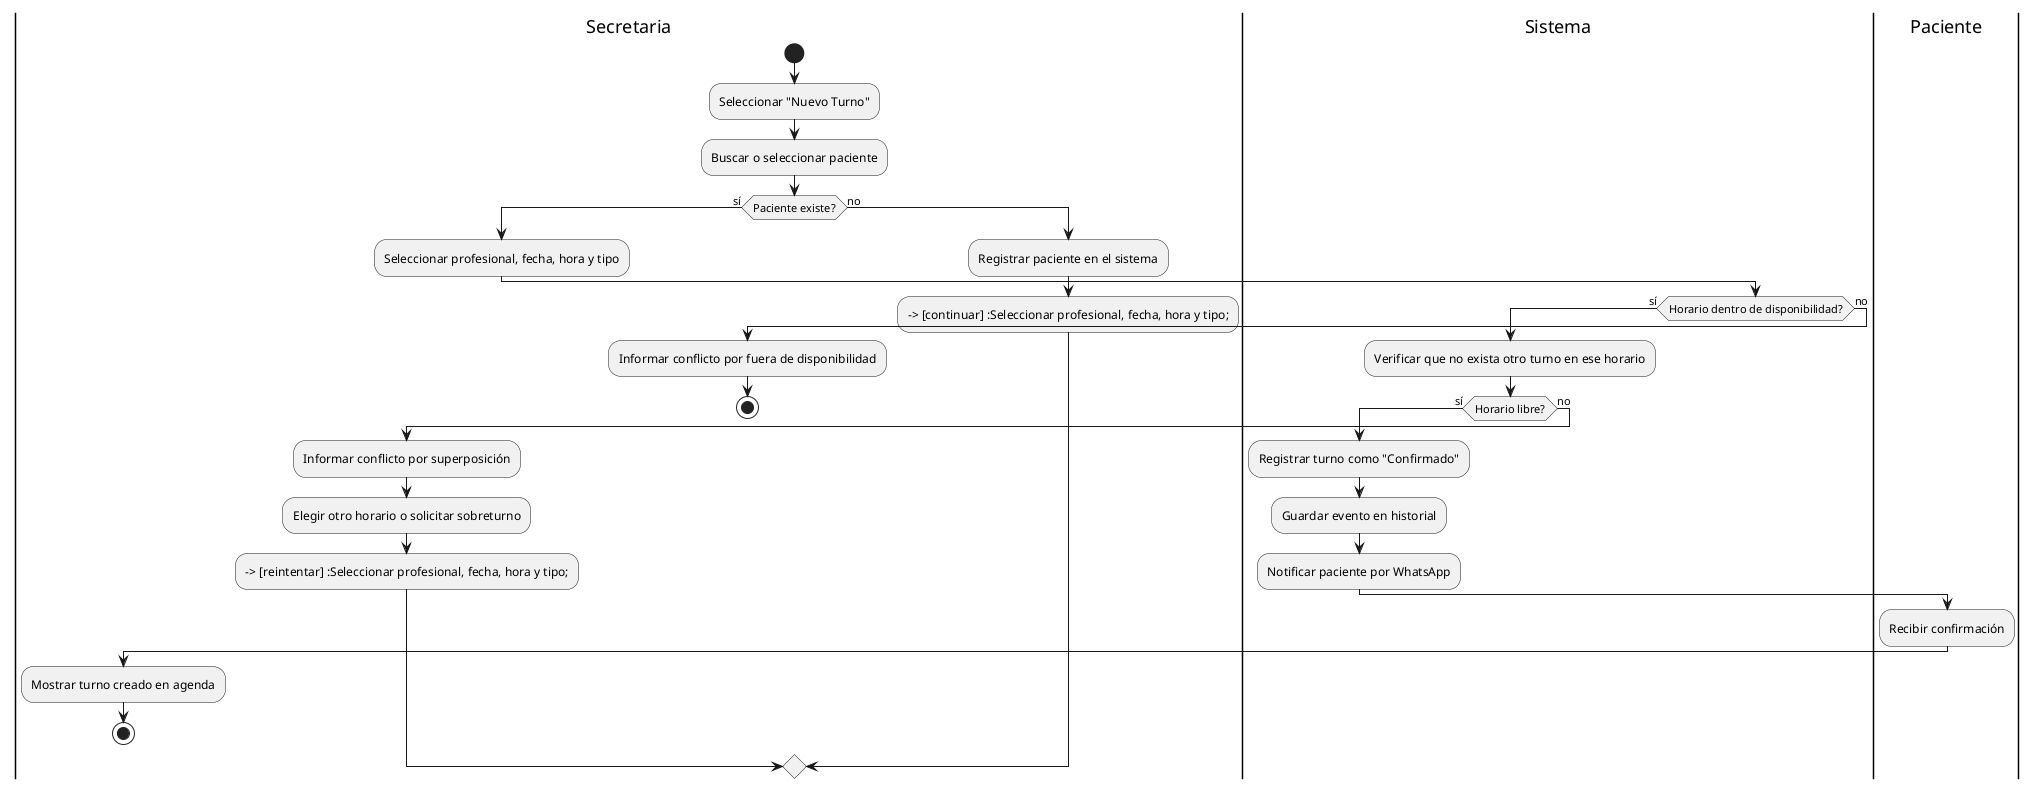
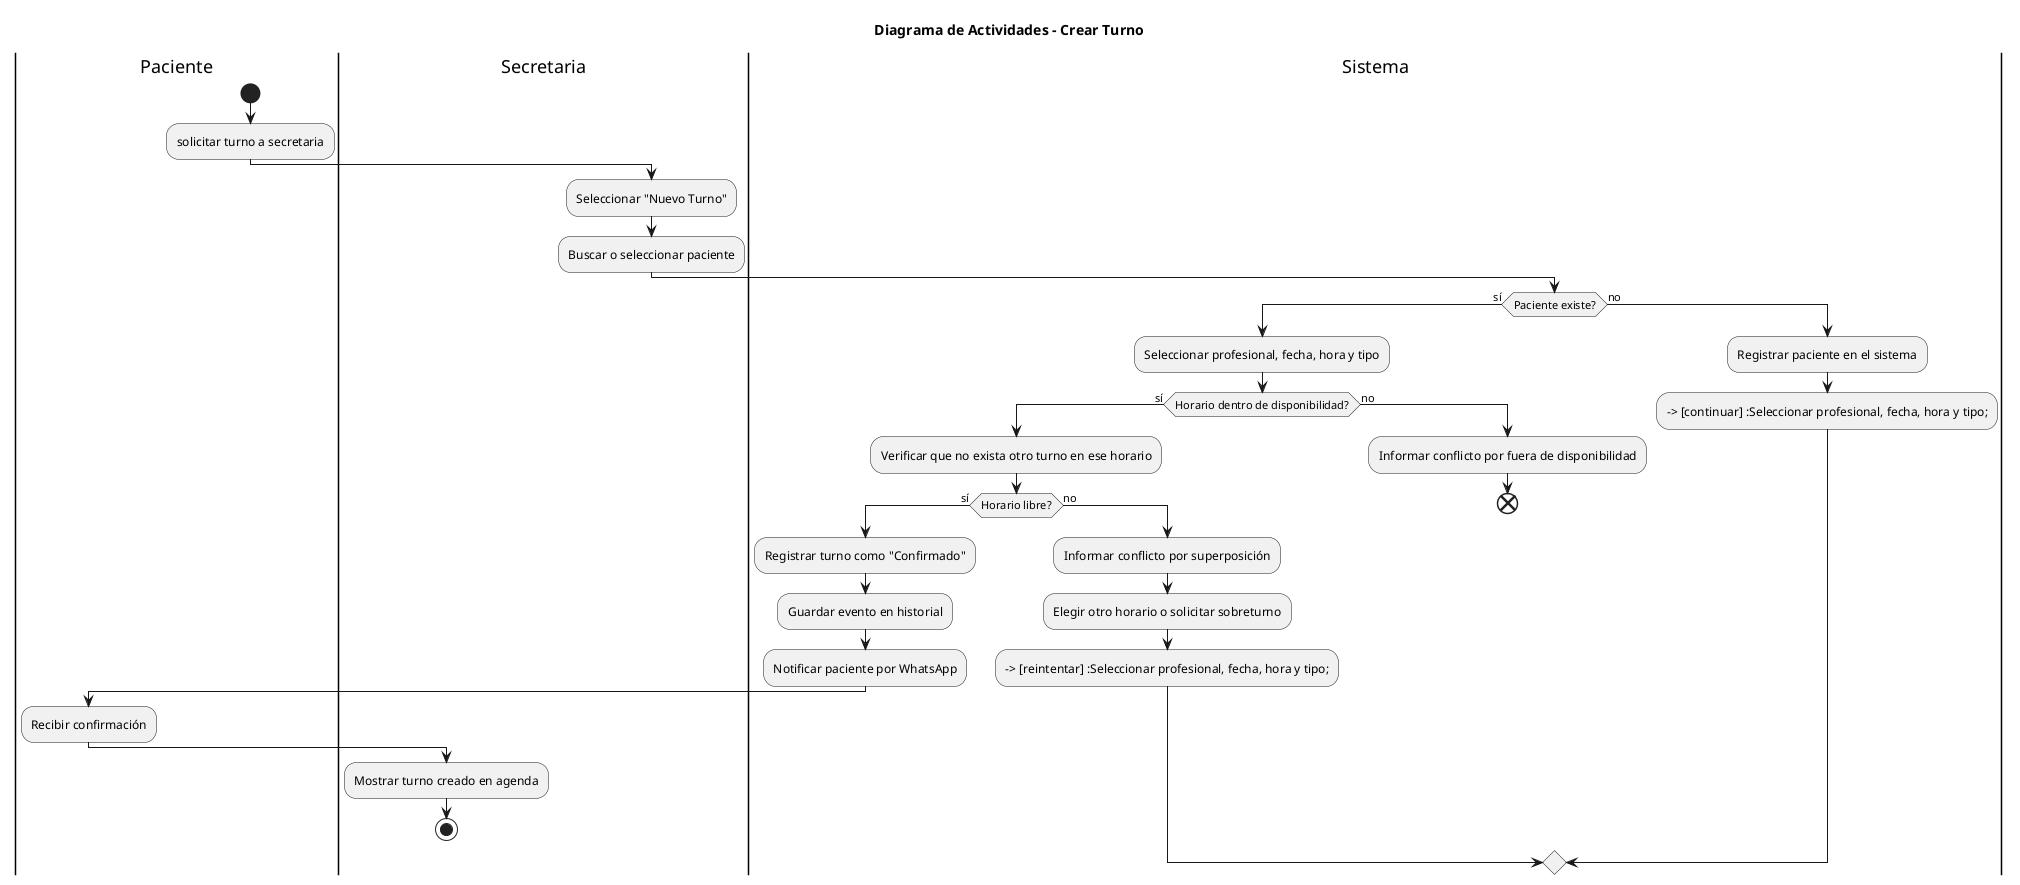
@startuml CrearTurno
+ 
+ title Diagrama de Actividades - Crear Turno
+ 
+ |Paciente|
+ start
+ :solicitar turno a secretaria;
+ 
|Secretaria|
- start
:Seleccionar "Nuevo Turno";
:Buscar o seleccionar paciente;
+ 
+ |Sistema|
if (Paciente existe?) then (sí)
-   :Seleccionar profesional, fecha, hora y tipo;
-   |Sistema|
-   if (Horario dentro de disponibilidad?) then (sí)
-     :Verificar que no exista otro turno en ese horario;
-     if (Horario libre?) then (sí)
-       :Registrar turno como "Confirmado";
-       :Guardar evento en historial;
-       :Notificar paciente por WhatsApp;
-       |Paciente|
-       :Recibir confirmación;
-       |Secretaria|
-       :Mostrar turno creado en agenda;
-       stop
+ 
+     :Seleccionar profesional, fecha, hora y tipo;
+ 
+     if (Horario dentro de disponibilidad?) then (sí)
+ 
+         :Verificar que no exista otro turno en ese horario;
+ 
+         if (Horario libre?) then (sí)
+             :Registrar turno como "Confirmado";
+             :Guardar evento en historial;
+             :Notificar paciente por WhatsApp;
+ 
+             |Paciente|
+             :Recibir confirmación;
+ 
+             |Secretaria|
+             :Mostrar turno creado en agenda;
+             stop
+      |Sistema|
+         else (no)
+             :Informar conflicto por superposición;
+             :Elegir otro horario o solicitar sobreturno;
+             --> [reintentar] :Seleccionar profesional, fecha, hora y tipo;
+         endif
+ |Sistema|
    else (no)
-       :Informar conflicto por superposición;
-       |Secretaria|
-       :Elegir otro horario o solicitar sobreturno;
-       --> [reintentar] :Seleccionar profesional, fecha, hora y tipo;
+         :Informar conflicto por fuera de disponibilidad;
+         end
    endif
-   else (no)
-     :Informar conflicto por fuera de disponibilidad;
-     stop
-   endif
+ 
else (no)
-   :Registrar paciente en el sistema;
-   --> [continuar] :Seleccionar profesional, fecha, hora y tipo;
+     :Registrar paciente en el sistema;
+     --> [continuar] :Seleccionar profesional, fecha, hora y tipo;
endif
+ 
@enduml